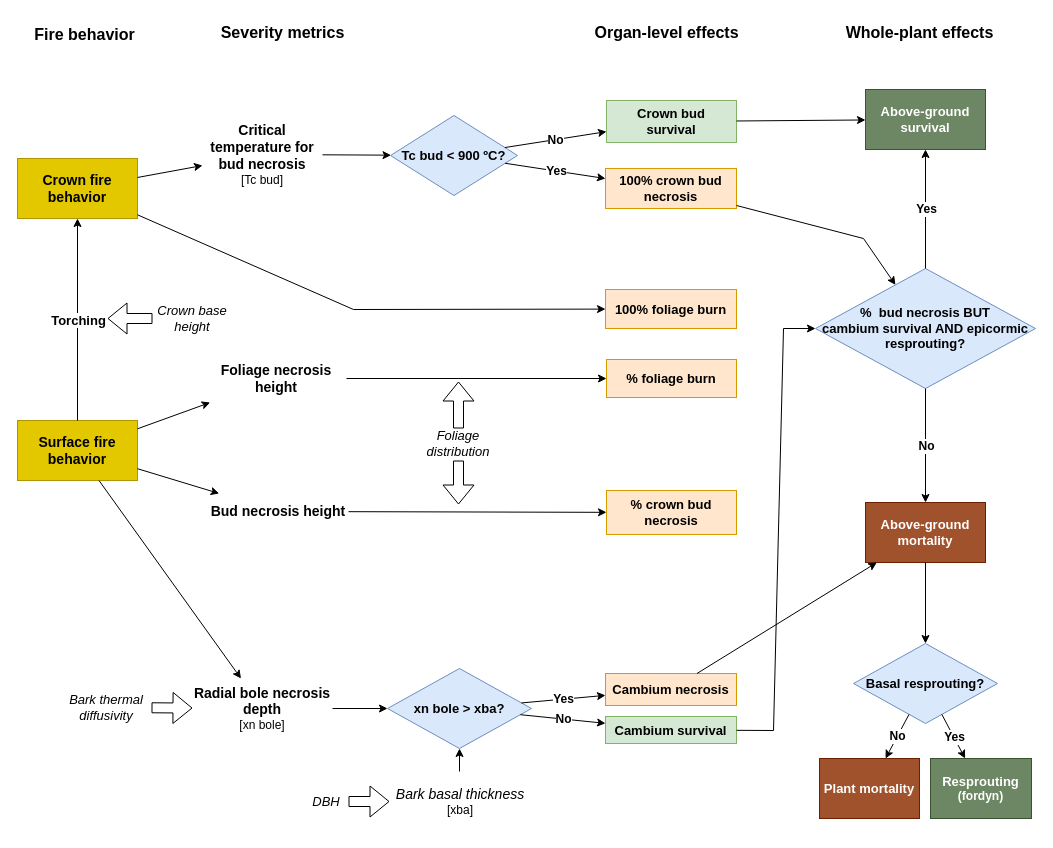
emf-creaf/medfatebook keeps this draw.io diagram as FireSeverity.drawio. Above is the earlier version. Source tidied: cells renumbered, new cells numbered last; positions are measured from the earlier drawing's top-left corner, leaving out a move shared by most shapes. Both pictures are drawn from the tidied source at 100%, with x=0, y=0 at pixel (17, 17).
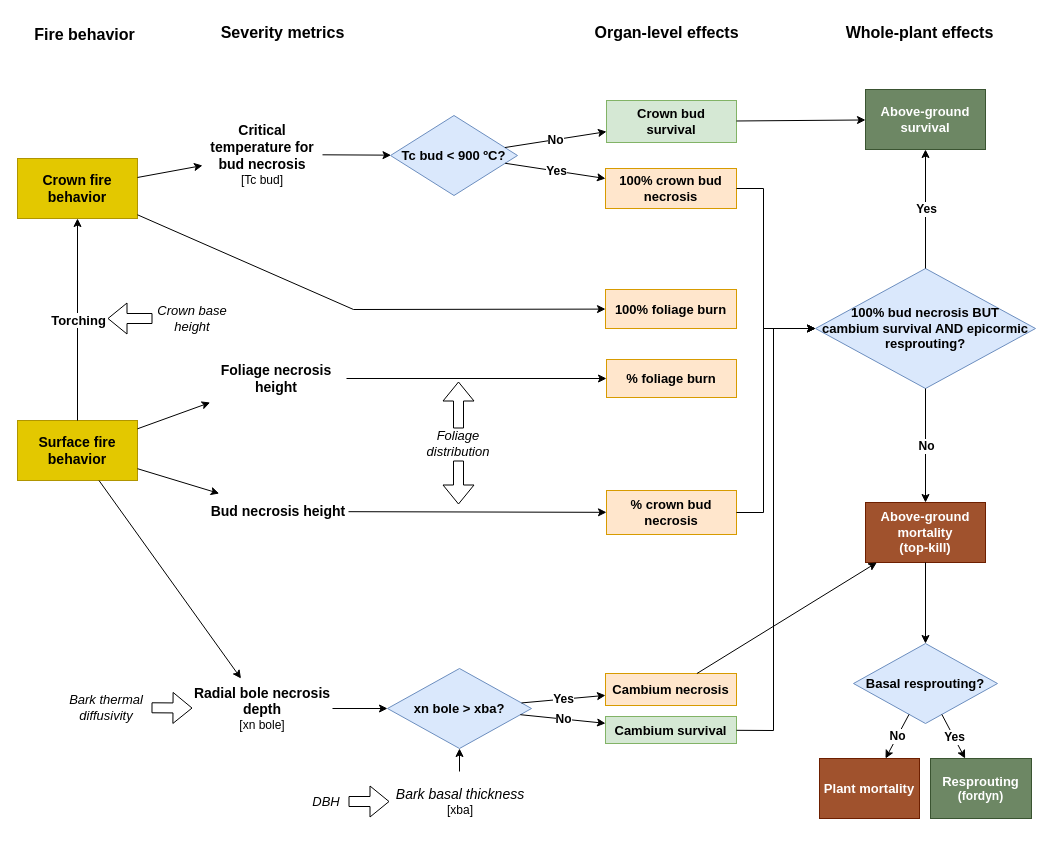
Above is the later version.

Unchanged cells that the change refers to:
```xml
<mxCell id="6" value="&lt;b&gt;&lt;font style=&quot;font-size: 13px;&quot;&gt;100% crown bud necrosis&lt;/font&gt;&lt;/b&gt;" style="rounded=0;whiteSpace=wrap;html=1;fillColor=#ffe6cc;strokeColor=#d79b00;" parent="1" vertex="1">
  <mxGeometry x="588" y="151" width="131" height="40" as="geometry" />
</mxCell>
<mxCell id="19" value="&lt;b&gt;&lt;font style=&quot;font-size: 13px;&quot;&gt;% crown bud necrosis&lt;/font&gt;&lt;/b&gt;" style="rounded=0;whiteSpace=wrap;html=1;fillColor=#ffe6cc;strokeColor=#d79b00;" parent="1" vertex="1">
  <mxGeometry x="589" y="473" width="130" height="44" as="geometry" />
</mxCell>
<mxCell id="29" value="&lt;font style=&quot;font-size: 13px;&quot;&gt;&lt;b&gt;Cambium survival&lt;/b&gt;&lt;/font&gt;" style="rounded=0;whiteSpace=wrap;html=1;fillColor=#d5e8d4;strokeColor=#82b366;" parent="1" vertex="1">
  <mxGeometry x="588" y="699" width="131" height="27" as="geometry" />
</mxCell>
```

What changed in the source:
```diff
@@
-    <mxCell id="36" value="&lt;div style=&quot;font-size: 13px;&quot;&gt;&lt;b&gt;&lt;font style=&quot;font-size: 13px;&quot;&gt;%&amp;nbsp; bud necrosis BUT&lt;/font&gt;&lt;/b&gt;&lt;/div&gt;&lt;div style=&quot;font-size: 13px;&quot;&gt;&lt;b&gt;&lt;font style=&quot;font-size: 13px;&quot;&gt;cambium survival AND epicormic &lt;br&gt;&lt;/font&gt;&lt;/b&gt;&lt;/div&gt;&lt;div style=&quot;font-size: 13px;&quot;&gt;&lt;b&gt;&lt;font style=&quot;font-size: 13px;&quot;&gt;resprouting?&lt;/font&gt;&lt;/b&gt;&lt;/div&gt;" style="rhombus;whiteSpace=wrap;html=1;fillColor=#dae8fc;strokeColor=#6c8ebf;" parent="1" vertex="1">
+    <mxCell id="36" value="&lt;div style=&quot;font-size: 13px;&quot;&gt;&lt;b&gt;&lt;font style=&quot;font-size: 13px;&quot;&gt;100% bud necrosis BUT&lt;/font&gt;&lt;/b&gt;&lt;/div&gt;&lt;div style=&quot;font-size: 13px;&quot;&gt;&lt;b&gt;&lt;font style=&quot;font-size: 13px;&quot;&gt;cambium survival AND epicormic &lt;br&gt;&lt;/font&gt;&lt;/b&gt;&lt;/div&gt;&lt;div style=&quot;font-size: 13px;&quot;&gt;&lt;b&gt;&lt;font style=&quot;font-size: 13px;&quot;&gt;resprouting?&lt;/font&gt;&lt;/b&gt;&lt;/div&gt;" style="rhombus;whiteSpace=wrap;html=1;fillColor=#dae8fc;strokeColor=#6c8ebf;" parent="1" vertex="1">
       <mxGeometry x="798" y="251" width="220" height="120" as="geometry" />
     </mxCell>
     <mxCell id="37" style="endArrow=classic;html=1;rounded=0;" parent="1" edge="1" source="6" target="36">
       <mxGeometry relative="1" as="geometry">
         <Array as="points">
-          <mxPoint x="846" y="221" />
+          <mxPoint x="746" y="171" />
+          <mxPoint x="746" y="311" />
         </Array>
       </mxGeometry>
     </mxCell>
@@
-    <mxCell id="40" value="&lt;div style=&quot;font-size: 13px;&quot;&gt;&lt;b&gt;&lt;font style=&quot;font-size: 13px;&quot;&gt;Above-ground&lt;/font&gt;&lt;/b&gt;&lt;/div&gt;&lt;div style=&quot;font-size: 13px;&quot;&gt;&lt;b&gt;&lt;font style=&quot;font-size: 13px;&quot;&gt;mortality&lt;/font&gt;&lt;/b&gt;&lt;br&gt;&lt;/div&gt;" style="rounded=0;whiteSpace=wrap;html=1;fillColor=#a0522d;fontColor=#ffffff;strokeColor=#6D1F00;" parent="1" vertex="1">
+    <mxCell id="40" value="&lt;div style=&quot;font-size: 13px;&quot;&gt;&lt;b&gt;&lt;font style=&quot;font-size: 13px;&quot;&gt;Above-ground&lt;/font&gt;&lt;/b&gt;&lt;/div&gt;&lt;div style=&quot;font-size: 13px;&quot;&gt;&lt;b&gt;&lt;font style=&quot;font-size: 13px;&quot;&gt;mortality&lt;/font&gt;&lt;/b&gt;&lt;br&gt;&lt;/div&gt;&lt;div style=&quot;font-size: 13px;&quot;&gt;&lt;b&gt;&lt;font style=&quot;font-size: 13px;&quot;&gt;(top-kill)&lt;/font&gt;&lt;/b&gt;&lt;/div&gt;" style="rounded=0;whiteSpace=wrap;html=1;fillColor=#a0522d;fontColor=#ffffff;strokeColor=#6D1F00;" parent="1" vertex="1">
       <mxGeometry x="848" y="485" width="120" height="60" as="geometry" />
     </mxCell>
@@
     <mxCell id="63" style="endArrow=classic;html=1;rounded=0;" parent="1" edge="1" source="29" target="36">
       <mxGeometry relative="1" as="geometry">
         <Array as="points">
           <mxPoint x="756" y="713" />
-          <mxPoint x="766" y="311" />
+          <mxPoint x="756" y="311" />
         </Array>
       </mxGeometry>
     </mxCell>
@@
+    <mxCell id="70" style="endArrow=classic;html=1;rounded=0;" parent="1" edge="1" source="19" target="36">
+      <mxGeometry relative="1" as="geometry">
+        <Array as="points">
+          <mxPoint x="746" y="495" />
+          <mxPoint x="746" y="311" />
+        </Array>
+      </mxGeometry>
+    </mxCell>
```
